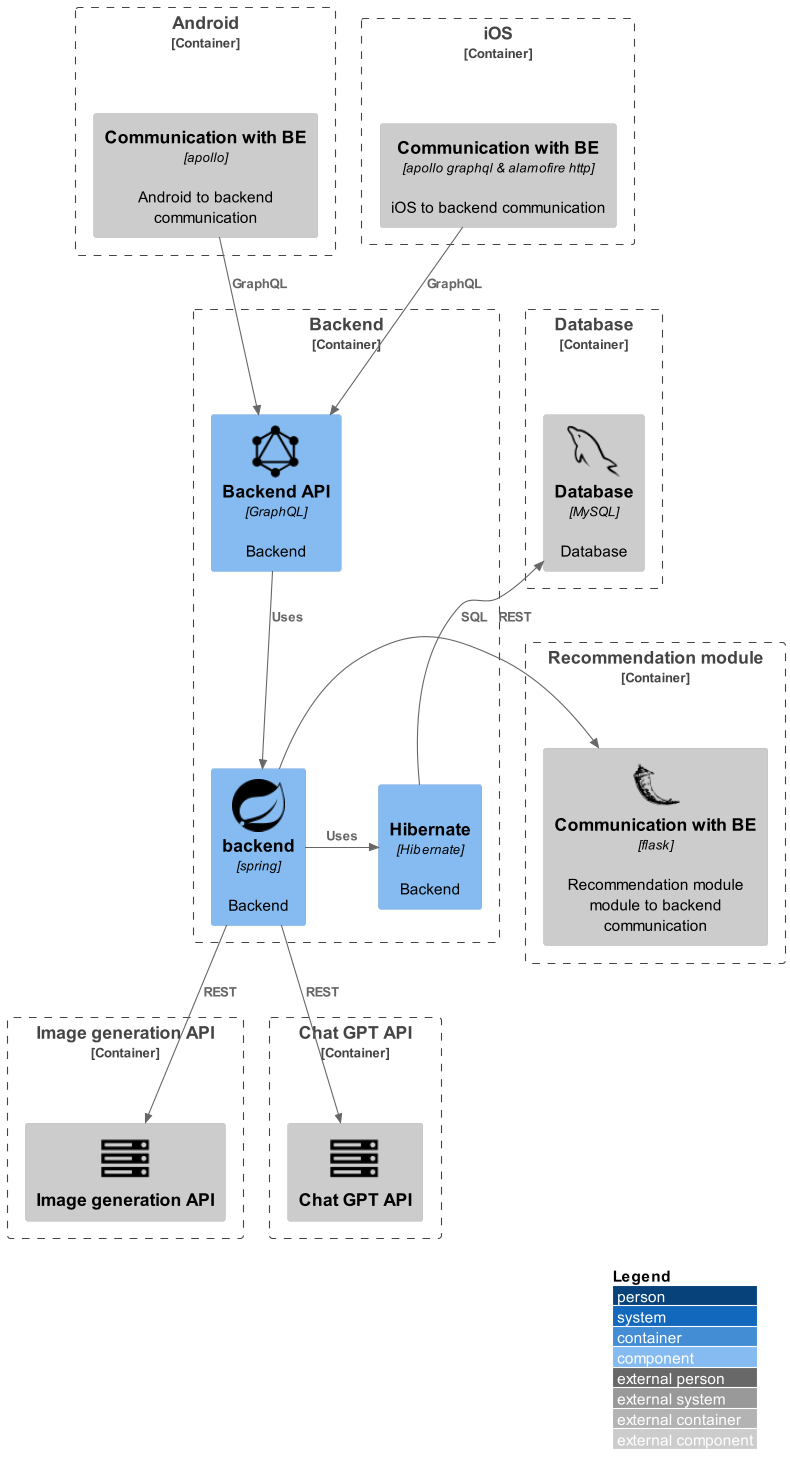
Earlier version of the PlantUML export Backend/media/componentsDiagram.png (kambed/FoodzillaArchitecture).
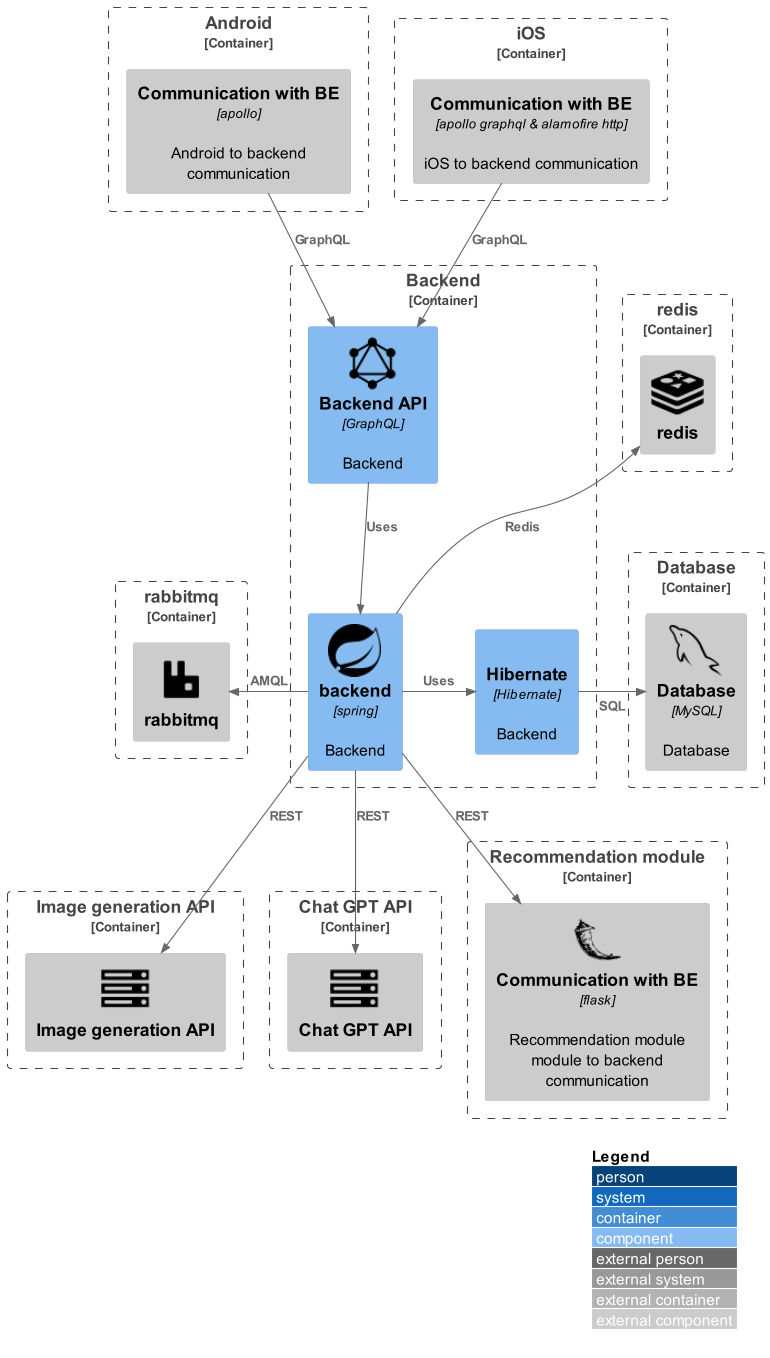
Later version of the same file.

The edit, as a diff of the source:
```diff
@@ -8,6 +8,8 @@
 !include DEVICONS2/flask_original.puml
 !include DEVICONS2/graphql.puml
 !include DEVICONS2/mysql.puml
+!include DEVICONS2/redis.puml
+!include ../media/rabbitmq.puml
 !includeurl ICONURL/font-awesome/server.puml
 
 LAYOUT_WITH_LEGEND()
@@ -35,18 +37,28 @@
 Container_Boundary(c8, Recommendation module) {
     Component_Ext(recommentationModule,"Communication with BE", "flask", "Recommendation module module to backend communication", "flask_original")
 }
+Container_Boundary(c9, "redis") {
+    Component_Ext(redis,"redis", $sprite="redis")
+}
+Container_Boundary(c10, "rabbitmq") {
+    Component_Ext(rabbitmq,"rabbitmq", $sprite="rabbitmq")
+}
 
 Rel(febecommunicationAndroid, beGraphQl, "GraphQL")
 Rel(febecommunicationiOS, beGraphQl, "GraphQL")
 
+Rel_L(be, rabbitmq, "AMQL")
+
+Rel_U(be, redis, "Redis")
+
 Rel(beGraphQl, be, "Uses")
 
-Rel_L(be, beHibernate, "Uses")
-Rel_U(beHibernate, db, "SQL")
+Rel_R(be, beHibernate, "Uses")
+Rel_R(beHibernate, db, "SQL")
 
 Rel(be, imageGenerationApi, "REST")
 Rel(be, chatGptApi, "REST")
 
-Rel_L(be, recommentationModule, "REST")
+Rel(be, recommentationModule, "REST")
 
 @enduml
```
